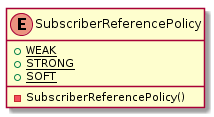
Above: malokhvii-eduard/malokhvii05/doc/plantuml/png/ua.khpi.oop.malokhvii05.common.eventbus.subscribe.SubscriberReferencePolicy.png in P-Kalin/kit26a (PlantUML), before the change. Source of this version:
```plantuml
@startuml

    enum SubscriberReferencePolicy {
        {static} +WEAK
        {static} +STRONG
        {static} +SOFT
        -SubscriberReferencePolicy()
    }

@enduml
```
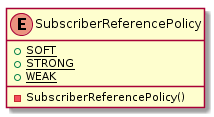
The same file after the commit.

What changed in the source:
```diff
@@ -1,9 +1,9 @@
 @startuml
 
     enum SubscriberReferencePolicy {
+        {static} +SOFT
+        {static} +STRONG
         {static} +WEAK
-        {static} +STRONG
-        {static} +SOFT
         -SubscriberReferencePolicy()
     }
 
```
